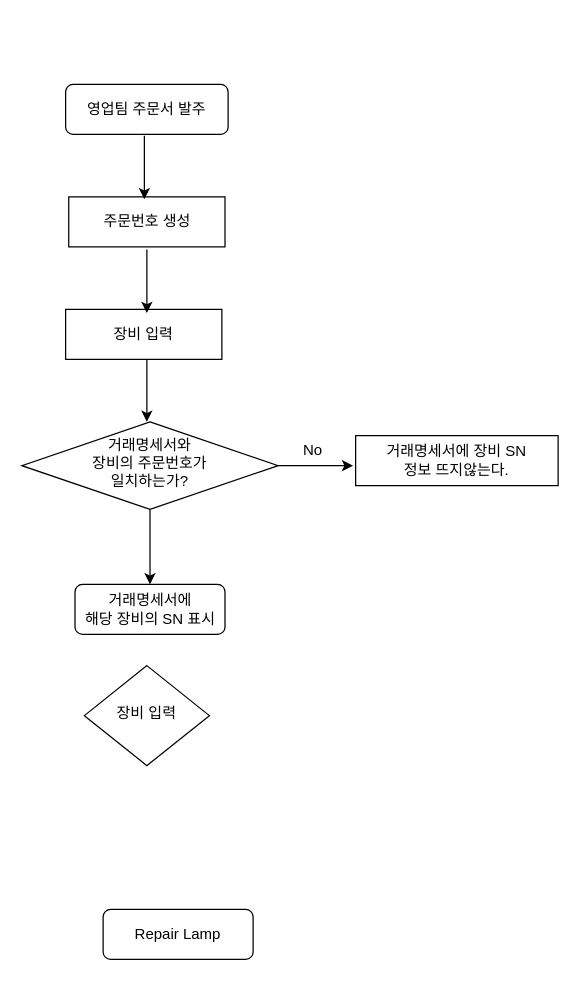
MJKOOTHEFIRST/local1 keeps this draw.io diagram as 거래명세서.drawio. Above is the earlier version. Source tidied: cells renumbered, new cells numbered last; positions are measured from the earlier drawing's top-left corner, leaving out a move shared by most shapes. Both pictures are drawn from the tidied source at 125%, with x=0, y=0 at pixel (21, 84).
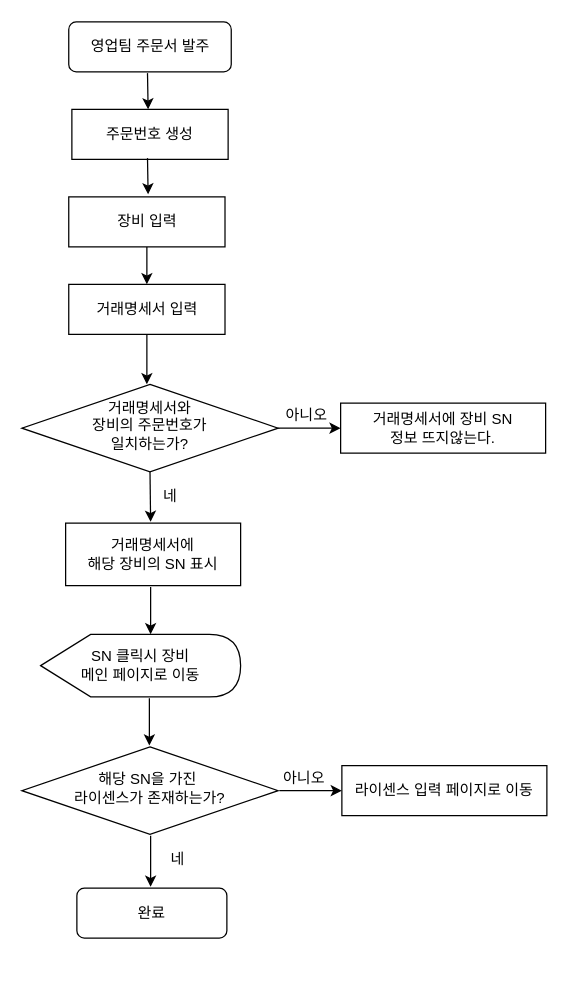
The same diagram, later.

Commit message (it also covers changes not shown here):
거래명세서.drawio 업데이트

What changed in the source:
```diff
@@
     <mxCell id="2" value="영업팀 주문서 발주" style="rounded=1;whiteSpace=wrap;html=1;fontSize=12;glass=0;strokeWidth=1;shadow=0;" parent="1" vertex="1">
-      <mxGeometry x="35" width="130" height="40" as="geometry" />
+      <mxGeometry x="37.5" y="-50" width="130" height="40" as="geometry" />
     </mxCell>
-    <mxCell id="3" style="edgeStyle=orthogonalEdgeStyle;rounded=0;orthogonalLoop=1;jettySize=auto;html=1;" parent="1" edge="1">
-      <mxGeometry relative="1" as="geometry">
-        <mxPoint x="100" y="219" as="sourcePoint" />
-        <mxPoint x="100" y="270" as="targetPoint" />
-      </mxGeometry>
-    </mxCell>
-    <mxCell id="4" value="Repair Lamp" style="rounded=1;whiteSpace=wrap;html=1;fontSize=12;glass=0;strokeWidth=1;shadow=0;" parent="1" vertex="1">
-      <mxGeometry x="65" y="660" width="120" height="40" as="geometry" />
+    <mxCell id="4" value="완료" style="rounded=1;whiteSpace=wrap;html=1;fontSize=12;glass=0;strokeWidth=1;shadow=0;" parent="1" vertex="1">
+      <mxGeometry x="44" y="643" width="120" height="40" as="geometry" />
     </mxCell>
-    <mxCell id="5" value="거래명세서에 &lt;br&gt;해당 장비의 SN 표시" style="rounded=1;whiteSpace=wrap;html=1;fontSize=12;glass=0;strokeWidth=1;shadow=0;" parent="1" vertex="1">
-      <mxGeometry x="42.5" y="400" width="120" height="40" as="geometry" />
+    <mxCell id="5" value="거래명세서에 &lt;br&gt;해당 장비의 SN 표시" style="rounded=1;whiteSpace=wrap;html=1;fontSize=12;glass=0;strokeWidth=1;shadow=0;arcSize=0;" parent="1" vertex="1">
+      <mxGeometry x="35" y="351" width="140" height="50" as="geometry" />
     </mxCell>
     <mxCell id="6" value="거래명세서와 &lt;br&gt;장비의 주문번호가 &lt;br&gt;일치하는가?" style="rhombus;whiteSpace=wrap;html=1;shadow=0;fontFamily=Helvetica;fontSize=12;align=center;strokeWidth=1;spacing=6;spacingTop=-4;" parent="1" vertex="1">
-      <mxGeometry y="270" width="205" height="70" as="geometry" />
+      <mxGeometry y="240" width="205" height="70" as="geometry" />
     </mxCell>
-    <mxCell id="7" value="장비 입력" style="rhombus;whiteSpace=wrap;html=1;shadow=0;fontFamily=Helvetica;fontSize=12;align=center;strokeWidth=1;spacing=6;spacingTop=-4;" parent="1" vertex="1">
-      <mxGeometry x="50" y="465" width="100" height="80" as="geometry" />
-    </mxCell>
     <mxCell id="8" value="주문번호 생성" style="rounded=0;whiteSpace=wrap;html=1;" parent="1" vertex="1">
-      <mxGeometry x="37.5" y="90" width="125" height="40" as="geometry" />
+      <mxGeometry x="40" y="20" width="125" height="40" as="geometry" />
     </mxCell>
-    <mxCell id="9" value="장비 입력" style="rounded=0;whiteSpace=wrap;html=1;" parent="1" vertex="1">
-      <mxGeometry x="35" y="180" width="125" height="40" as="geometry" />
+    <mxCell id="9" value="거래명세서 입력" style="rounded=0;whiteSpace=wrap;html=1;" parent="1" vertex="1">
+      <mxGeometry x="37.5" y="160" width="125" height="40" as="geometry" />
     </mxCell>
-    <mxCell id="10" style="edgeStyle=orthogonalEdgeStyle;rounded=0;orthogonalLoop=1;jettySize=auto;html=1;" parent="1" edge="1">
-      <mxGeometry relative="1" as="geometry">
-        <mxPoint x="100" y="132" as="sourcePoint" />
-        <mxPoint x="100" y="183" as="targetPoint" />
-      </mxGeometry>
-    </mxCell>
     <mxCell id="11" style="edgeStyle=orthogonalEdgeStyle;rounded=0;orthogonalLoop=1;jettySize=auto;html=1;" parent="1" edge="1">
       <mxGeometry relative="1" as="geometry">
-        <mxPoint x="98" y="41" as="sourcePoint" />
-        <mxPoint x="98" y="92" as="targetPoint" />
+        <mxPoint x="100.5" y="-9" as="sourcePoint" />
+        <mxPoint x="101" y="20" as="targetPoint" />
       </mxGeometry>
     </mxCell>
-    <mxCell id="12" style="endArrow=classic;html=1;rounded=0;exitX=1;exitY=0.5;exitDx=0;exitDy=0;" parent="1" edge="1" source="6">
-      <mxGeometry relative="1" as="geometry">
-        <mxPoint x="265" y="305" as="targetPoint" />
-      </mxGeometry>
-    </mxCell>
-    <mxCell id="13" value="No" style="text;html=1;strokeColor=none;fillColor=none;align=center;verticalAlign=middle;whiteSpace=wrap;overflow=hidden;" parent="1" vertex="1">
-      <mxGeometry x="193" y="283" width="80" height="20" as="geometry" />
-    </mxCell>
     <mxCell id="14" value="거래명세서에 장비 SN &lt;br&gt;정보 뜨지않는다." style="rounded=0;whiteSpace=wrap;html=1;" parent="1" vertex="1">
-      <mxGeometry x="267" y="281" width="162" height="40" as="geometry" />
+      <mxGeometry x="255" y="255" width="164" height="40" as="geometry" />
     </mxCell>
-    <mxCell id="15" style="endArrow=classic;html=1;rounded=0;exitX=0.5;exitY=1;exitDx=0;exitDy=0;entryX=0.5;entryY=0;entryDx=0;entryDy=0;" parent="1" edge="1" source="6" target="5">
-      <mxGeometry relative="1" as="geometry" />
+    <mxCell id="15" style="endArrow=classic;html=1;rounded=0;exitX=0.5;exitY=1;exitDx=0;exitDy=0;" parent="1" edge="1" source="6">
+      <mxGeometry relative="1" as="geometry">
+        <mxPoint x="103" y="350" as="targetPoint" />
+      </mxGeometry>
     </mxCell>
+    <mxCell id="16" style="edgeStyle=orthogonalEdgeStyle;rounded=0;orthogonalLoop=1;jettySize=auto;html=1;" parent="1" edge="1">
+      <mxGeometry relative="1" as="geometry">
+        <mxPoint x="100.5" y="59" as="sourcePoint" />
+        <mxPoint x="101" y="88" as="targetPoint" />
+      </mxGeometry>
+    </mxCell>
+    <mxCell id="7" value="장비 입력" style="rounded=0;whiteSpace=wrap;html=1;" parent="1" vertex="1">
+      <mxGeometry x="37.5" y="90" width="125" height="40" as="geometry" />
+    </mxCell>
+    <mxCell id="17" style="endArrow=classic;html=1;rounded=0;exitX=0.5;exitY=1;exitDx=0;exitDy=0;" parent="1" edge="1" source="7">
+      <mxGeometry relative="1" as="geometry">
+        <mxPoint x="100" y="160" as="targetPoint" />
+      </mxGeometry>
+    </mxCell>
+    <mxCell id="18" style="endArrow=classic;html=1;rounded=0;exitX=0.5;exitY=1;exitDx=0;exitDy=0;" parent="1" edge="1" source="9">
+      <mxGeometry relative="1" as="geometry">
+        <mxPoint x="100" y="240" as="targetPoint" />
+      </mxGeometry>
+    </mxCell>
+    <mxCell id="19" style="endArrow=classic;html=1;rounded=0;exitX=1;exitY=0.5;exitDx=0;exitDy=0;entryX=0;entryY=0.5;entryDx=0;entryDy=0;" parent="1" edge="1" source="6" target="14">
+      <mxGeometry relative="1" as="geometry" />
+    </mxCell>
+    <mxCell id="20" value="아니오" style="text;html=1;strokeColor=none;fillColor=none;align=center;verticalAlign=middle;whiteSpace=wrap;overflow=hidden;" parent="1" vertex="1">
+      <mxGeometry x="188" y="255" width="80" height="20" as="geometry" />
+    </mxCell>
+    <mxCell id="21" value="네" style="text;html=1;strokeColor=none;fillColor=none;align=center;verticalAlign=middle;whiteSpace=wrap;overflow=hidden;" parent="1" vertex="1">
+      <mxGeometry x="79" y="320" width="80" height="20" as="geometry" />
+    </mxCell>
+    <mxCell id="22" style="endArrow=classic;html=1;rounded=0;" parent="1" edge="1">
+      <mxGeometry relative="1" as="geometry">
+        <mxPoint x="103" y="402" as="sourcePoint" />
+        <mxPoint x="103" y="440" as="targetPoint" />
+      </mxGeometry>
+    </mxCell>
+    <mxCell id="23" value="SN 클릭시 장비 &lt;br&gt;메인 페이지로 이동" style="shape=display;whiteSpace=wrap;html=1;" parent="1" vertex="1">
+      <mxGeometry x="15" y="440" width="160" height="50" as="geometry" />
+    </mxCell>
+    <mxCell id="24" value="해당 SN을 가진&amp;nbsp;&lt;br&gt;라이센스가 존재하는가?" style="rhombus;whiteSpace=wrap;html=1;shadow=0;fontFamily=Helvetica;fontSize=12;align=center;strokeWidth=1;spacing=6;spacingTop=-4;" parent="1" vertex="1">
+      <mxGeometry y="530" width="205" height="70" as="geometry" />
+    </mxCell>
+    <mxCell id="25" style="endArrow=classic;html=1;rounded=0;" parent="1" edge="1">
+      <mxGeometry relative="1" as="geometry">
+        <mxPoint x="102" y="491" as="sourcePoint" />
+        <mxPoint x="102" y="529" as="targetPoint" />
+      </mxGeometry>
+    </mxCell>
+    <mxCell id="26" value="라이센스 입력 페이지로 이동" style="rounded=0;whiteSpace=wrap;html=1;" parent="1" vertex="1">
+      <mxGeometry x="256" y="545" width="164" height="40" as="geometry" />
+    </mxCell>
+    <mxCell id="27" style="endArrow=classic;html=1;rounded=0;exitX=1;exitY=0.5;exitDx=0;exitDy=0;entryX=0;entryY=0.5;entryDx=0;entryDy=0;" parent="1" edge="1" target="26">
+      <mxGeometry relative="1" as="geometry">
+        <mxPoint x="206" y="565" as="sourcePoint" />
+      </mxGeometry>
+    </mxCell>
+    <mxCell id="28" value="아니오" style="text;html=1;strokeColor=none;fillColor=none;align=center;verticalAlign=middle;whiteSpace=wrap;overflow=hidden;" parent="1" vertex="1">
+      <mxGeometry x="186" y="545" width="80" height="20" as="geometry" />
+    </mxCell>
+    <mxCell id="29" style="endArrow=classic;html=1;rounded=0;exitX=0.473;exitY=0.986;exitDx=0;exitDy=0;exitPerimeter=0;" parent="1" edge="1">
+      <mxGeometry relative="1" as="geometry">
+        <mxPoint x="103" y="601" as="sourcePoint" />
+        <mxPoint x="103" y="642" as="targetPoint" />
+      </mxGeometry>
+    </mxCell>
+    <mxCell id="30" value="네" style="text;html=1;strokeColor=none;fillColor=none;align=center;verticalAlign=middle;whiteSpace=wrap;overflow=hidden;" parent="1" vertex="1">
+      <mxGeometry x="85" y="610" width="80" height="20" as="geometry" />
+    </mxCell>
```
